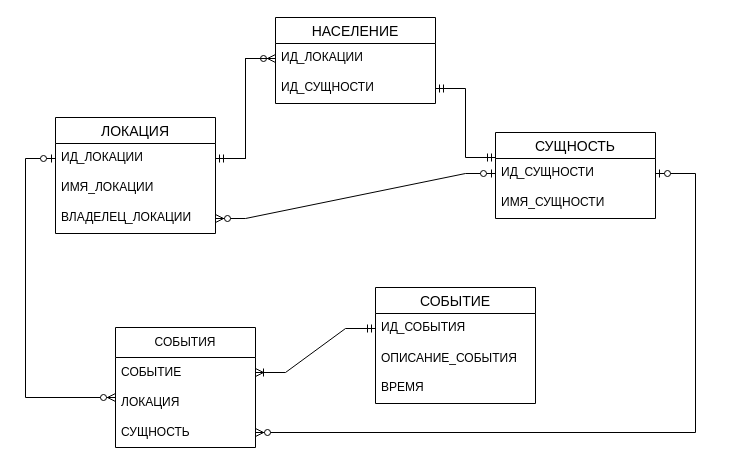
Before: bd1.drawio in Zerumi/bd1_180223_367837, a draw.io diagram. Source tidied: cells renumbered, new cells numbered last; positions are measured from the earlier drawing's top-left corner, leaving out a move shared by most shapes. Both pictures are drawn from the tidied source at 100%, with x=0, y=0 at pixel (25, 17).
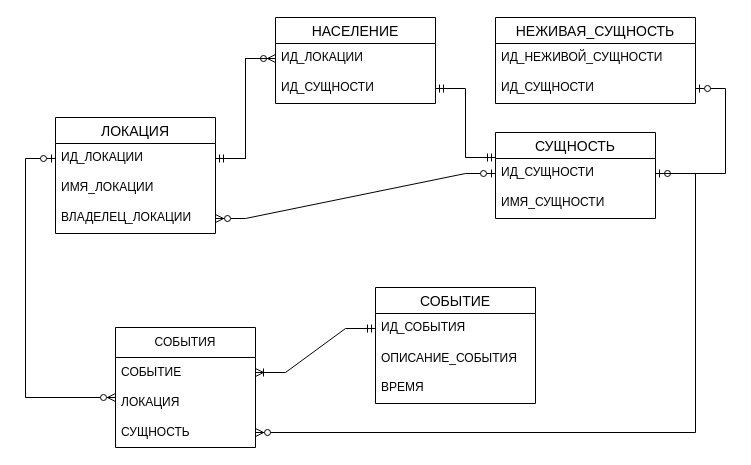
The same diagram, later.

Commit message:
infological_add_stat

The change refers to these unchanged cells:
```xml
<mxCell id="7" value="ИД_СУЩНОСТИ" style="text;strokeColor=none;fillColor=none;spacingLeft=4;spacingRight=4;overflow=hidden;points=[[0,0.5],[1,0.5]];portConstraint=eastwest;fontSize=12;" parent="6" vertex="1">
  <mxGeometry y="26" width="160" height="30" as="geometry" />
</mxCell>
```

What changed in the source:
```diff
@@
+    <mxCell id="27" value="НЕЖИВАЯ_СУЩНОСТЬ" style="swimlane;fontStyle=0;horizontal=1;startSize=26;align=center;fontSize=14;fillColor=none;gradientColor=none;" parent="1" vertex="1">
+      <mxGeometry x="470" width="200" height="86" as="geometry" />
+    </mxCell>
+    <mxCell id="28" value="ИД_НЕЖИВОЙ_СУЩНОСТИ" style="text;strokeColor=none;fillColor=none;spacingLeft=4;spacingRight=4;overflow=hidden;fontSize=12;" parent="27" vertex="1">
+      <mxGeometry y="26" width="200" height="30" as="geometry" />
+    </mxCell>
+    <mxCell id="29" value="ИД_СУЩНОСТИ" style="text;strokeColor=none;fillColor=none;spacingLeft=4;spacingRight=4;overflow=hidden;points=[[0,0.5],[1,0.5]];portConstraint=eastwest;fontSize=12;" parent="27" vertex="1">
+      <mxGeometry y="56" width="200" height="30" as="geometry" />
+    </mxCell>
+    <mxCell id="30" style="edgeStyle=entityRelationEdgeStyle;fontSize=12;html=1;endArrow=ERzeroToOne;endFill=1;rounded=0;" parent="1" edge="1" source="7" target="29">
+      <mxGeometry relative="1" as="geometry" />
+    </mxCell>
```
